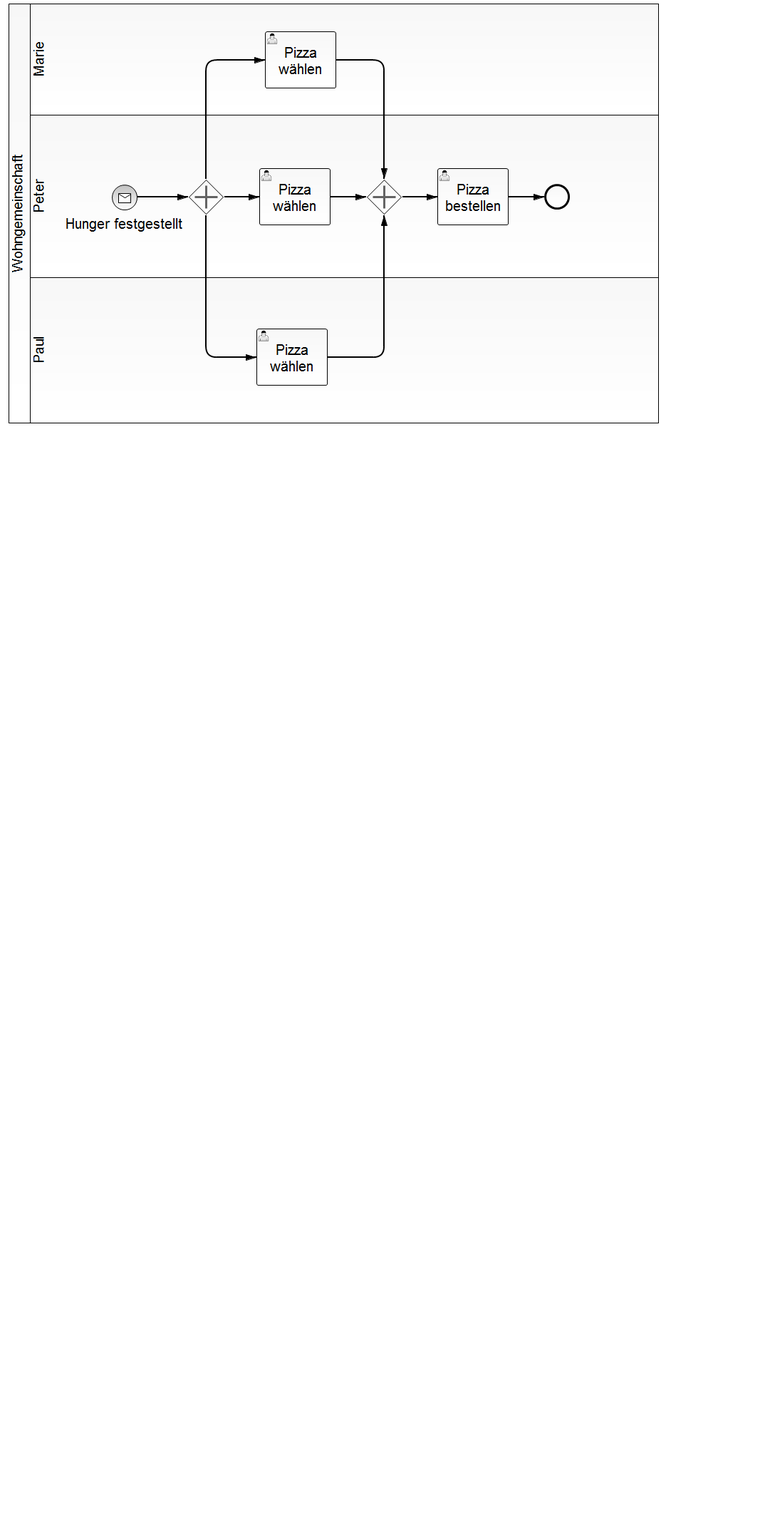
This is bpmn-server/src/main/resources/SynchronisationTest.png from gheddie/bpmn_watcher_all_new, a BPMN export, as it was before one commit. Its source is kept beside it as bpmn-server/src/main/resources/SynchronisationTest.bpmn. Ids are renumbered.
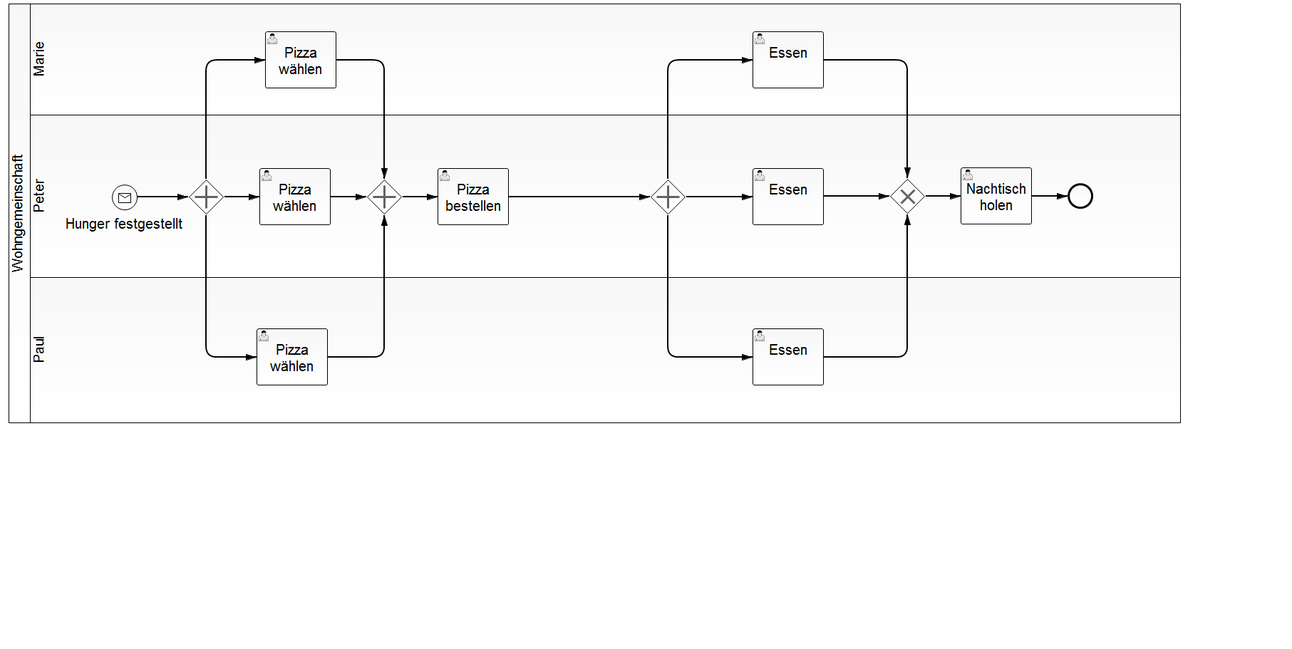
After the change.

Diff of the diagram source:
```diff
@@ -6,6 +6,7 @@
     <bpmn2:laneSet id="LaneSet_1" name="Lane Set 1">
       <bpmn2:lane id="Lane_1" name="Marie">
         <bpmn2:flowNodeRef>UserTask_1</bpmn2:flowNodeRef>
+        <bpmn2:flowNodeRef>UserTask_5</bpmn2:flowNodeRef>
       </bpmn2:lane>
       <bpmn2:lane id="Lane_2" name="Peter">
         <bpmn2:flowNodeRef>StartEvent_3</bpmn2:flowNodeRef>
@@ -13,10 +14,15 @@
         <bpmn2:flowNodeRef>UserTask_2</bpmn2:flowNodeRef>
         <bpmn2:flowNodeRef>ParallelGateway_3</bpmn2:flowNodeRef>
         <bpmn2:flowNodeRef>UserTask_4</bpmn2:flowNodeRef>
+        <bpmn2:flowNodeRef>UserTask_6</bpmn2:flowNodeRef>
+        <bpmn2:flowNodeRef>InclusiveGateway_1</bpmn2:flowNodeRef>
+        <bpmn2:flowNodeRef>ParallelGateway_1</bpmn2:flowNodeRef>
+        <bpmn2:flowNodeRef>UserTask_8</bpmn2:flowNodeRef>
         <bpmn2:flowNodeRef>EndEvent_1</bpmn2:flowNodeRef>
       </bpmn2:lane>
       <bpmn2:lane id="Lane_3" name="Paul">
         <bpmn2:flowNodeRef>UserTask_3</bpmn2:flowNodeRef>
+        <bpmn2:flowNodeRef>UserTask_7</bpmn2:flowNodeRef>
       </bpmn2:lane>
     </bpmn2:laneSet>
     <bpmn2:startEvent id="StartEvent_3" name="Hunger festgestellt">
@@ -56,31 +62,70 @@
     <bpmn2:sequenceFlow id="SequenceFlow_8" name="" sourceRef="UserTask_3" targetRef="ParallelGateway_3"/>
     <bpmn2:userTask id="UserTask_4" name="Pizza bestellen">
       <bpmn2:incoming>SequenceFlow_9</bpmn2:incoming>
+      <bpmn2:outgoing>SequenceFlow_19</bpmn2:outgoing>
+    </bpmn2:userTask>
+    <bpmn2:sequenceFlow id="SequenceFlow_9" name="" sourceRef="ParallelGateway_3" targetRef="UserTask_4"/>
+    <bpmn2:userTask id="UserTask_6" name="Essen">
+      <bpmn2:incoming>SequenceFlow_13</bpmn2:incoming>
+      <bpmn2:outgoing>SequenceFlow_15</bpmn2:outgoing>
+    </bpmn2:userTask>
+    <bpmn2:userTask id="UserTask_5" name="Essen">
+      <bpmn2:incoming>SequenceFlow_12</bpmn2:incoming>
+      <bpmn2:outgoing>SequenceFlow_16</bpmn2:outgoing>
+    </bpmn2:userTask>
+    <bpmn2:userTask id="UserTask_7" name="Essen">
+      <bpmn2:incoming>SequenceFlow_14</bpmn2:incoming>
+      <bpmn2:outgoing>SequenceFlow_17</bpmn2:outgoing>
+    </bpmn2:userTask>
+    <bpmn2:sequenceFlow id="SequenceFlow_15" name="" sourceRef="UserTask_6" targetRef="InclusiveGateway_1"/>
+    <bpmn2:exclusiveGateway id="InclusiveGateway_1">
+      <bpmn2:incoming>SequenceFlow_15</bpmn2:incoming>
+      <bpmn2:incoming>SequenceFlow_16</bpmn2:incoming>
+      <bpmn2:incoming>SequenceFlow_17</bpmn2:incoming>
+      <bpmn2:outgoing>SequenceFlow_1</bpmn2:outgoing>
+    </bpmn2:exclusiveGateway>
+    <bpmn2:sequenceFlow id="SequenceFlow_16" name="" sourceRef="UserTask_5" targetRef="InclusiveGateway_1"/>
+    <bpmn2:sequenceFlow id="SequenceFlow_17" name="" sourceRef="UserTask_7" targetRef="InclusiveGateway_1"/>
+    <bpmn2:sequenceFlow id="SequenceFlow_19" name="" sourceRef="UserTask_4" targetRef="ParallelGateway_1"/>
+    <bpmn2:parallelGateway id="ParallelGateway_1">
+      <bpmn2:incoming>SequenceFlow_19</bpmn2:incoming>
+      <bpmn2:outgoing>SequenceFlow_12</bpmn2:outgoing>
+      <bpmn2:outgoing>SequenceFlow_13</bpmn2:outgoing>
+      <bpmn2:outgoing>SequenceFlow_14</bpmn2:outgoing>
+    </bpmn2:parallelGateway>
+    <bpmn2:sequenceFlow id="SequenceFlow_12" name="" sourceRef="ParallelGateway_1" targetRef="UserTask_5"/>
+    <bpmn2:sequenceFlow id="SequenceFlow_13" name="" sourceRef="ParallelGateway_1" targetRef="UserTask_6"/>
+    <bpmn2:sequenceFlow id="SequenceFlow_14" name="" sourceRef="ParallelGateway_1" targetRef="UserTask_7"/>
+    <bpmn2:userTask id="UserTask_8" name="Nachtisch holen">
+      <bpmn2:incoming>SequenceFlow_1</bpmn2:incoming>
       <bpmn2:outgoing>SequenceFlow_10</bpmn2:outgoing>
     </bpmn2:userTask>
-    <bpmn2:sequenceFlow id="SequenceFlow_9" name="" sourceRef="ParallelGateway_3" targetRef="UserTask_4"/>
+    <bpmn2:sequenceFlow id="SequenceFlow_1" name="" sourceRef="InclusiveGateway_1" targetRef="UserTask_8"/>
     <bpmn2:endEvent id="EndEvent_1">
       <bpmn2:incoming>SequenceFlow_10</bpmn2:incoming>
     </bpmn2:endEvent>
-    <bpmn2:sequenceFlow id="SequenceFlow_10" name="" sourceRef="UserTask_4" targetRef="EndEvent_1"/>
+    <bpmn2:sequenceFlow id="SequenceFlow_10" name="" sourceRef="UserTask_8" targetRef="EndEvent_1"/>
   </bpmn2:process>
   <bpmn2:message id="Message_1" name="MSG_HUNGER"/>
   <bpmndi:BPMNDiagram id="BPMNDiagram_1">
     <bpmndi:BPMNPlane id="BPMNPlane_1" bpmnElement="_Collaboration_6">
       <bpmndi:BPMNShape id="_BPMNShape_Participant_12" bpmnElement="_Participant_6" isHorizontal="true">
-        <dc:Bounds height="589.0" width="913.0" x="12.0" y="0.0"/>
+        <dc:Bounds height="589.0" width="1645.0" x="12.0" y="0.0"/>
       </bpmndi:BPMNShape>
       <bpmndi:BPMNShape id="_BPMNShape_Lane_12" bpmnElement="Lane_1" isHorizontal="true">
-        <dc:Bounds height="157.0" width="883.0" x="42.0" y="0.0"/>
+        <dc:Bounds height="157.0" width="1615.0" x="42.0" y="0.0"/>
       </bpmndi:BPMNShape>
       <bpmndi:BPMNShape id="_BPMNShape_Lane_13" bpmnElement="Lane_2" isHorizontal="true">
-        <dc:Bounds height="229.0" width="883.0" x="42.0" y="156.0"/>
+        <dc:Bounds height="229.0" width="1615.0" x="42.0" y="156.0"/>
       </bpmndi:BPMNShape>
       <bpmndi:BPMNShape id="_BPMNShape_Lane_14" bpmnElement="Lane_3" isHorizontal="true">
-        <dc:Bounds height="205.0" width="883.0" x="42.0" y="384.0"/>
+        <dc:Bounds height="205.0" width="1615.0" x="42.0" y="384.0"/>
       </bpmndi:BPMNShape>
       <bpmndi:BPMNShape id="_BPMNShape_StartEvent_11" bpmnElement="StartEvent_3">
         <dc:Bounds height="36.0" width="36.0" x="157.0" y="254.0"/>
+        <bpmndi:BPMNLabel>
+          <dc:Bounds height="29.0" width="170.0" x="90.0" y="295.0"/>
+        </bpmndi:BPMNLabel>
       </bpmndi:BPMNShape>
       <bpmndi:BPMNShape id="_BPMNShape_ParallelGateway_3" bpmnElement="ParallelGateway_2">
         <dc:Bounds height="50.0" width="50.0" x="264.0" y="246.0"/>
@@ -112,6 +157,9 @@
       <bpmndi:BPMNEdge id="BPMNEdge_SequenceFlow_4" bpmnElement="SequenceFlow_4" sourceElement="_BPMNShape_ParallelGateway_3" targetElement="_BPMNShape_UserTask_11">
         <di:waypoint xsi:type="dc:Point" x="314.0" y="271.0"/>
         <di:waypoint xsi:type="dc:Point" x="364.0" y="271.0"/>
+        <bpmndi:BPMNLabel>
+          <dc:Bounds height="6.0" width="6.0" x="336.0" y="271.0"/>
+        </bpmndi:BPMNLabel>
       </bpmndi:BPMNEdge>
       <bpmndi:BPMNShape id="_BPMNShape_UserTask_12" bpmnElement="UserTask_3">
         <dc:Bounds height="80.0" width="100.0" x="360.0" y="456.0"/>
@@ -127,10 +175,16 @@
       </bpmndi:BPMNEdge>
       <bpmndi:BPMNShape id="_BPMNShape_ParallelGateway_4" bpmnElement="ParallelGateway_3">
         <dc:Bounds height="50.0" width="50.0" x="514.0" y="246.0"/>
+        <bpmndi:BPMNLabel>
+          <dc:Bounds height="0.0" width="0.0" x="539.0" y="301.0"/>
+        </bpmndi:BPMNLabel>
       </bpmndi:BPMNShape>
       <bpmndi:BPMNEdge id="BPMNEdge_SequenceFlow_6" bpmnElement="SequenceFlow_6" sourceElement="_BPMNShape_UserTask_11" targetElement="_BPMNShape_ParallelGateway_4">
         <di:waypoint xsi:type="dc:Point" x="464.0" y="271.0"/>
         <di:waypoint xsi:type="dc:Point" x="514.0" y="271.0"/>
+        <bpmndi:BPMNLabel>
+          <dc:Bounds height="6.0" width="6.0" x="486.0" y="271.0"/>
+        </bpmndi:BPMNLabel>
       </bpmndi:BPMNEdge>
       <bpmndi:BPMNEdge id="BPMNEdge_SequenceFlow_7" bpmnElement="SequenceFlow_7" sourceElement="_BPMNShape_UserTask_10" targetElement="_BPMNShape_ParallelGateway_4">
         <di:waypoint xsi:type="dc:Point" x="472.0" y="79.0"/>
@@ -156,13 +210,103 @@
       <bpmndi:BPMNEdge id="BPMNEdge_SequenceFlow_9" bpmnElement="SequenceFlow_9" sourceElement="_BPMNShape_ParallelGateway_4" targetElement="_BPMNShape_UserTask_13">
         <di:waypoint xsi:type="dc:Point" x="564.0" y="271.0"/>
         <di:waypoint xsi:type="dc:Point" x="614.0" y="271.0"/>
+        <bpmndi:BPMNLabel>
+          <dc:Bounds height="6.0" width="6.0" x="586.0" y="271.0"/>
+        </bpmndi:BPMNLabel>
       </bpmndi:BPMNEdge>
-      <bpmndi:BPMNShape id="_BPMNShape_EndEvent_12" bpmnElement="EndEvent_1">
-        <dc:Bounds height="36.0" width="36.0" x="764.0" y="253.0"/>
+      <bpmndi:BPMNShape id="_BPMNShape_ParallelGateway_5" bpmnElement="ParallelGateway_1">
+        <dc:Bounds height="50.0" width="50.0" x="912.0" y="246.0"/>
+        <bpmndi:BPMNLabel>
+          <dc:Bounds height="0.0" width="0.0" x="937.0" y="301.0"/>
+        </bpmndi:BPMNLabel>
       </bpmndi:BPMNShape>
-      <bpmndi:BPMNEdge id="BPMNEdge_SequenceFlow_10" bpmnElement="SequenceFlow_10" sourceElement="_BPMNShape_UserTask_13" targetElement="_BPMNShape_EndEvent_12">
+      <bpmndi:BPMNShape id="_BPMNShape_UserTask_14" bpmnElement="UserTask_5">
+        <dc:Bounds height="80.0" width="100.0" x="1056.0" y="39.0"/>
+      </bpmndi:BPMNShape>
+      <bpmndi:BPMNEdge id="BPMNEdge_SequenceFlow_12" bpmnElement="SequenceFlow_12" sourceElement="_BPMNShape_ParallelGateway_5" targetElement="_BPMNShape_UserTask_14">
+        <di:waypoint xsi:type="dc:Point" x="937.0" y="246.0"/>
+        <di:waypoint xsi:type="dc:Point" x="937.0" y="79.0"/>
+        <di:waypoint xsi:type="dc:Point" x="1056.0" y="79.0"/>
+        <bpmndi:BPMNLabel>
+          <dc:Bounds height="6.0" width="6.0" x="934.0" y="221.0"/>
+        </bpmndi:BPMNLabel>
+      </bpmndi:BPMNEdge>
+      <bpmndi:BPMNShape id="_BPMNShape_UserTask_15" bpmnElement="UserTask_6">
+        <dc:Bounds height="80.0" width="100.0" x="1056.0" y="231.0"/>
+      </bpmndi:BPMNShape>
+      <bpmndi:BPMNEdge id="BPMNEdge_SequenceFlow_13" bpmnElement="SequenceFlow_13" sourceElement="_BPMNShape_ParallelGateway_5" targetElement="_BPMNShape_UserTask_15">
+        <di:waypoint xsi:type="dc:Point" x="962.0" y="271.0"/>
+        <di:waypoint xsi:type="dc:Point" x="1056.0" y="271.0"/>
+        <bpmndi:BPMNLabel>
+          <dc:Bounds height="6.0" width="6.0" x="984.0" y="271.0"/>
+        </bpmndi:BPMNLabel>
+      </bpmndi:BPMNEdge>
+      <bpmndi:BPMNShape id="_BPMNShape_UserTask_16" bpmnElement="UserTask_7">
+        <dc:Bounds height="80.0" width="100.0" x="1056.0" y="456.0"/>
+      </bpmndi:BPMNShape>
+      <bpmndi:BPMNEdge id="BPMNEdge_SequenceFlow_14" bpmnElement="SequenceFlow_14" sourceElement="_BPMNShape_ParallelGateway_5" targetElement="_BPMNShape_UserTask_16">
+        <di:waypoint xsi:type="dc:Point" x="937.0" y="296.0"/>
+        <di:waypoint xsi:type="dc:Point" x="937.0" y="496.0"/>
+        <di:waypoint xsi:type="dc:Point" x="987.0" y="496.0"/>
+        <di:waypoint xsi:type="dc:Point" x="1056.0" y="496.0"/>
+        <bpmndi:BPMNLabel>
+          <dc:Bounds height="6.0" width="6.0" x="934.0" y="354.0"/>
+        </bpmndi:BPMNLabel>
+      </bpmndi:BPMNEdge>
+      <bpmndi:BPMNShape id="_BPMNShape_InclusiveGateway_2" bpmnElement="InclusiveGateway_1" isMarkerVisible="true">
+        <dc:Bounds height="50.0" width="50.0" x="1248.0" y="245.0"/>
+        <bpmndi:BPMNLabel>
+          <dc:Bounds height="0.0" width="0.0" x="1273.0" y="300.0"/>
+        </bpmndi:BPMNLabel>
+      </bpmndi:BPMNShape>
+      <bpmndi:BPMNEdge id="BPMNEdge_SequenceFlow_15" bpmnElement="SequenceFlow_15" sourceElement="_BPMNShape_UserTask_15" targetElement="_BPMNShape_InclusiveGateway_2">
+        <di:waypoint xsi:type="dc:Point" x="1156.0" y="271.0"/>
+        <di:waypoint xsi:type="dc:Point" x="1248.0" y="270.0"/>
+        <bpmndi:BPMNLabel>
+          <dc:Bounds height="6.0" width="6.0" x="1178.0" y="271.0"/>
+        </bpmndi:BPMNLabel>
+      </bpmndi:BPMNEdge>
+      <bpmndi:BPMNEdge id="BPMNEdge_SequenceFlow_16" bpmnElement="SequenceFlow_16" sourceElement="_BPMNShape_UserTask_14" targetElement="_BPMNShape_InclusiveGateway_2">
+        <di:waypoint xsi:type="dc:Point" x="1156.0" y="79.0"/>
+        <di:waypoint xsi:type="dc:Point" x="1202.0" y="79.0"/>
+        <di:waypoint xsi:type="dc:Point" x="1273.0" y="79.0"/>
+        <di:waypoint xsi:type="dc:Point" x="1273.0" y="245.0"/>
+        <bpmndi:BPMNLabel>
+          <dc:Bounds height="6.0" width="6.0" x="1270.0" y="104.0"/>
+        </bpmndi:BPMNLabel>
+      </bpmndi:BPMNEdge>
+      <bpmndi:BPMNEdge id="BPMNEdge_SequenceFlow_17" bpmnElement="SequenceFlow_17" sourceElement="_BPMNShape_UserTask_16" targetElement="_BPMNShape_InclusiveGateway_2">
+        <di:waypoint xsi:type="dc:Point" x="1156.0" y="496.0"/>
+        <di:waypoint xsi:type="dc:Point" x="1202.0" y="496.0"/>
+        <di:waypoint xsi:type="dc:Point" x="1273.0" y="496.0"/>
+        <di:waypoint xsi:type="dc:Point" x="1273.0" y="295.0"/>
+        <bpmndi:BPMNLabel>
+          <dc:Bounds height="6.0" width="6.0" x="1270.0" y="454.0"/>
+        </bpmndi:BPMNLabel>
+      </bpmndi:BPMNEdge>
+      <bpmndi:BPMNEdge id="BPMNEdge_SequenceFlow_19" bpmnElement="SequenceFlow_19" sourceElement="_BPMNShape_UserTask_13" targetElement="_BPMNShape_ParallelGateway_5">
         <di:waypoint xsi:type="dc:Point" x="714.0" y="271.0"/>
-        <di:waypoint xsi:type="dc:Point" x="764.0" y="271.0"/>
+        <di:waypoint xsi:type="dc:Point" x="912.0" y="271.0"/>
+        <bpmndi:BPMNLabel>
+          <dc:Bounds height="6.0" width="6.0" x="810.0" y="271.0"/>
+        </bpmndi:BPMNLabel>
+      </bpmndi:BPMNEdge>
+      <bpmndi:BPMNShape id="_BPMNShape_UserTask_17" bpmnElement="UserTask_8">
+        <dc:Bounds height="80.0" width="100.0" x="1348.0" y="230.0"/>
+      </bpmndi:BPMNShape>
+      <bpmndi:BPMNEdge id="BPMNEdge_SequenceFlow_1" bpmnElement="SequenceFlow_1" sourceElement="_BPMNShape_InclusiveGateway_2" targetElement="_BPMNShape_UserTask_17">
+        <di:waypoint xsi:type="dc:Point" x="1298.0" y="270.0"/>
+        <di:waypoint xsi:type="dc:Point" x="1348.0" y="270.0"/>
+        <bpmndi:BPMNLabel>
+          <dc:Bounds height="6.0" width="6.0" x="1320.0" y="270.0"/>
+        </bpmndi:BPMNLabel>
+      </bpmndi:BPMNEdge>
+      <bpmndi:BPMNShape id="_BPMNShape_EndEvent_18" bpmnElement="EndEvent_1">
+        <dc:Bounds height="36.0" width="36.0" x="1498.0" y="252.0"/>
+      </bpmndi:BPMNShape>
+      <bpmndi:BPMNEdge id="BPMNEdge_SequenceFlow_10" bpmnElement="SequenceFlow_10" sourceElement="_BPMNShape_UserTask_17" targetElement="_BPMNShape_EndEvent_18">
+        <di:waypoint xsi:type="dc:Point" x="1448.0" y="270.0"/>
+        <di:waypoint xsi:type="dc:Point" x="1498.0" y="270.0"/>
       </bpmndi:BPMNEdge>
     </bpmndi:BPMNPlane>
   </bpmndi:BPMNDiagram>
```
